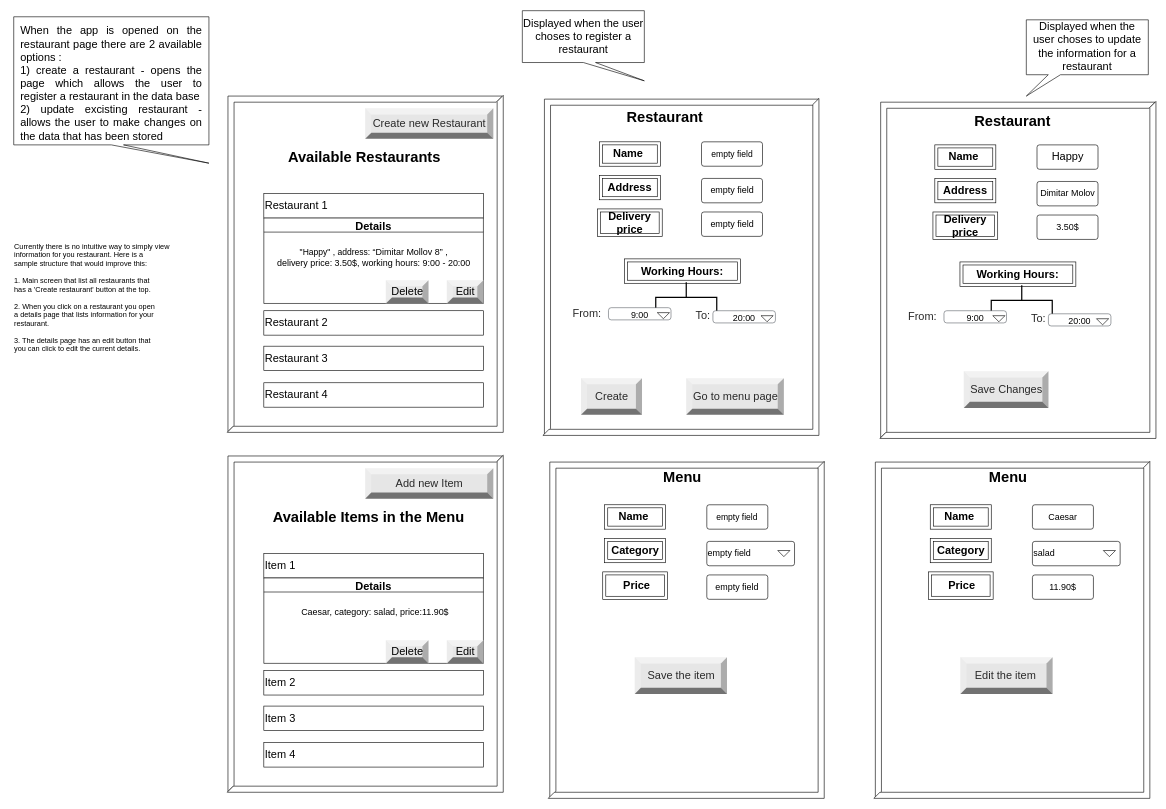
Before: page "UI (Restaurant mangement)" (3 of 7) of docs/model+ui+endpoints.drawio in Uber-Summer-Practice-Sofia-2022/uber-summer-practice-docs-faq, a draw.io diagram. Source tidied: cells renumbered, new cells numbered last; positions are measured from the earlier drawing's top-left corner, leaving out a move shared by most shapes. Both pictures are drawn from the tidied source at 61%, with x=0, y=0 at pixel (10, 10).
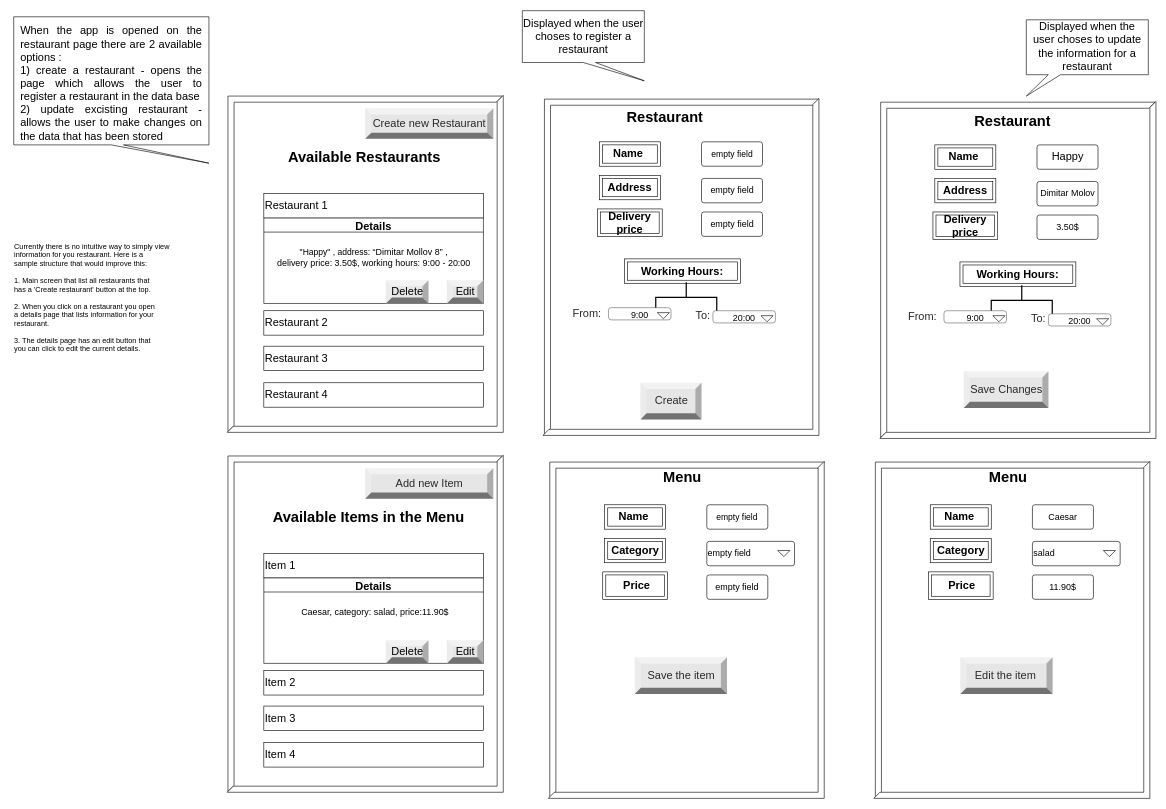
The same page after the edit.

What changed in the source:
```diff
@@
     <mxCell id="38" value="Create" style="labelPosition=center;verticalLabelPosition=middle;align=center;html=1;shape=mxgraph.basic.shaded_button;dx=10;fillColor=#E6E6E6;strokeColor=none;fontSize=18;fontColor=#292929;" parent="1" vertex="1">
-      <mxGeometry x="935" y="602.5" width="100" height="60" as="geometry" />
+      <mxGeometry x="1032.5" y="610" width="100" height="60" as="geometry" />
     </mxCell>
-    <mxCell id="39" value="Go to menu page" style="labelPosition=center;verticalLabelPosition=middle;align=center;html=1;shape=mxgraph.basic.shaded_button;dx=10;fillColor=#E6E6E6;strokeColor=none;fontSize=18;fontColor=#292929;" parent="1" vertex="1">
-      <mxGeometry x="1107.5" y="602.5" width="160" height="60" as="geometry" />
-    </mxCell>
```
